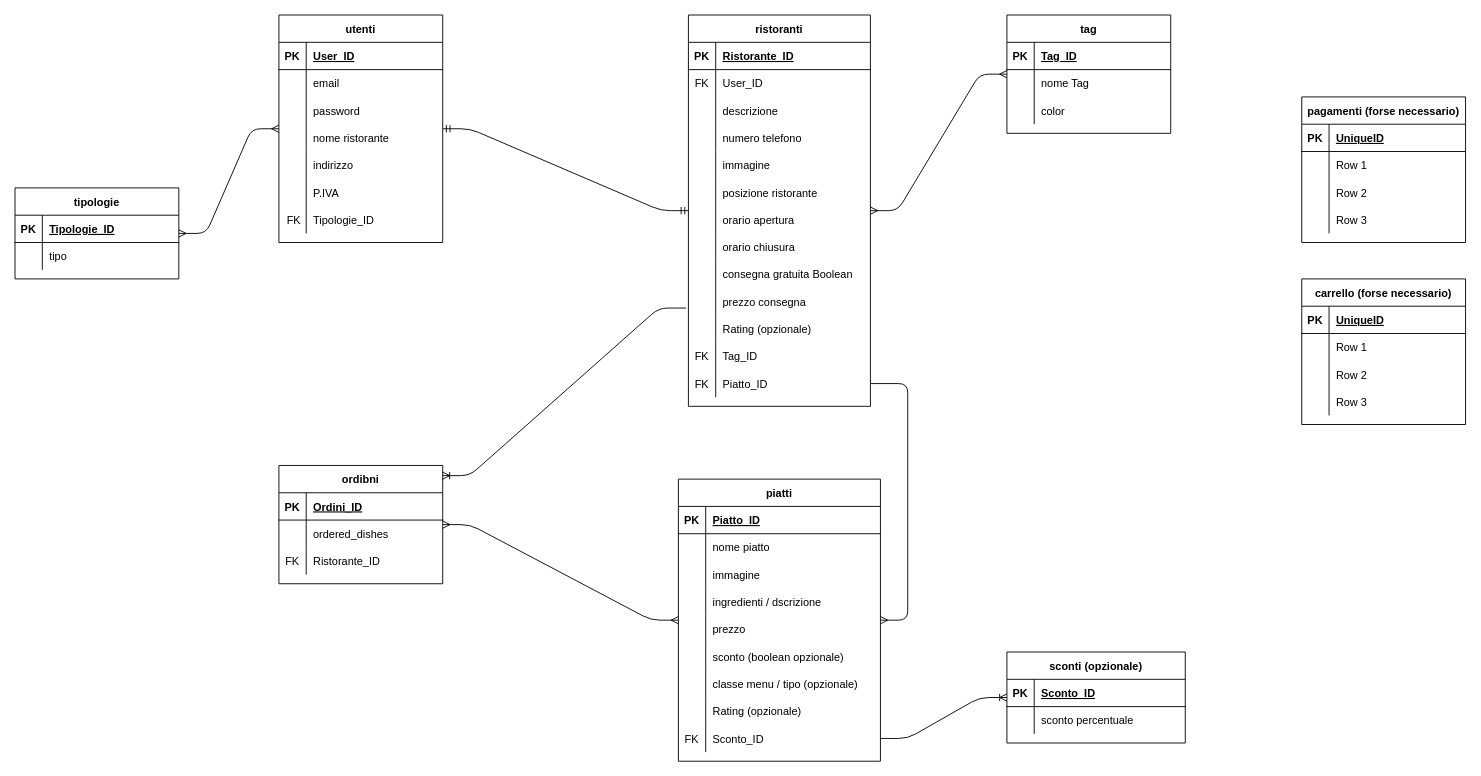
Before: Deliveboo.drawio in antoniorocca/deliveboo, a draw.io diagram. Source tidied: cells renumbered, new cells numbered last; positions are measured from the earlier drawing's top-left corner, leaving out a move shared by most shapes. Both pictures are drawn from the tidied source at 91%, with x=0, y=0 at pixel (15, 15).
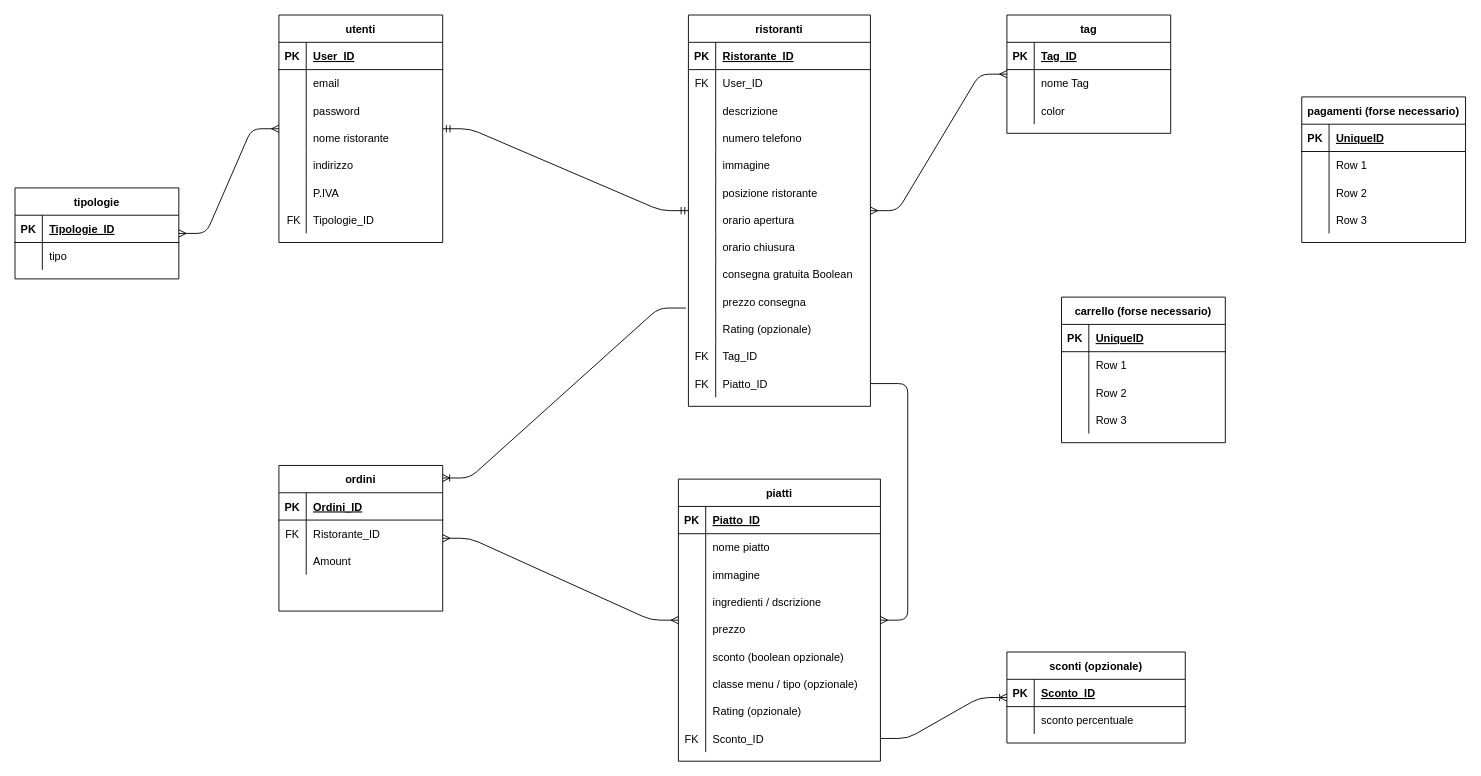
Above is the later version.

Diff of the diagram source:
```diff
@@
     <mxCell id="129" value="carrello (forse necessario)" style="shape=table;startSize=30;childLayout=tableLayout;rowLines=0;fontStyle=1;align=center;" parent="1" vertex="1">
-      <mxGeometry x="1414" y="290" width="180" height="160" as="geometry" />
+      <mxGeometry x="1150" y="310" width="180" height="160" as="geometry" />
     </mxCell>
@@
-    <mxCell id="142" value="ordibni" style="shape=table;startSize=30;childLayout=tableLayout;rowLines=0;fontStyle=1;align=center;" parent="1" vertex="1">
-      <mxGeometry x="290" y="495" width="180" height="130" as="geometry" />
+    <mxCell id="142" value="ordini" style="shape=table;startSize=30;childLayout=tableLayout;rowLines=0;fontStyle=1;align=center;" parent="1" vertex="1">
+      <mxGeometry x="290" y="495" width="180" height="160" as="geometry" />
     </mxCell>
@@
-    <mxCell id="146" style="shape=partialRectangle;fillColor=none;top=0;left=0;bottom=0;right=0;" parent="142" vertex="1">
-      <mxGeometry y="60" width="180" height="30" as="geometry" />
-    </mxCell>
-    <mxCell id="147" style="shape=partialRectangle;fillColor=none;top=0;left=0;bottom=0;right=0;overflow=hidden;" parent="146" vertex="1">
-      <mxGeometry width="30" height="30" as="geometry" />
-    </mxCell>
-    <mxCell id="148" value="ordered_dishes" style="shape=partialRectangle;fillColor=none;top=0;left=0;bottom=0;right=0;align=left;spacingLeft=6;overflow=hidden;" parent="146" vertex="1">
-      <mxGeometry x="30" width="150" height="30" as="geometry" />
-    </mxCell>
     <mxCell id="149" style="shape=partialRectangle;fillColor=none;top=0;left=0;bottom=0;right=0;" parent="142" vertex="1">
-      <mxGeometry y="90" width="180" height="30" as="geometry" />
+      <mxGeometry y="60" width="180" height="30" as="geometry" />
     </mxCell>
@@
+    <mxCell id="159" style="shape=partialRectangle;fillColor=none;top=0;left=0;bottom=0;right=0;" parent="142" vertex="1">
+      <mxGeometry y="90" width="180" height="30" as="geometry" />
+    </mxCell>
+    <mxCell id="147" style="shape=partialRectangle;fillColor=none;top=0;left=0;bottom=0;right=0;overflow=hidden;" parent="159" vertex="1">
+      <mxGeometry width="30" height="30" as="geometry" />
+    </mxCell>
+    <mxCell id="160" value="Amount" style="shape=partialRectangle;fillColor=none;top=0;left=0;bottom=0;right=0;align=left;spacingLeft=6;overflow=hidden;" parent="159" vertex="1">
+      <mxGeometry x="30" width="150" height="30" as="geometry" />
+    </mxCell>
```
